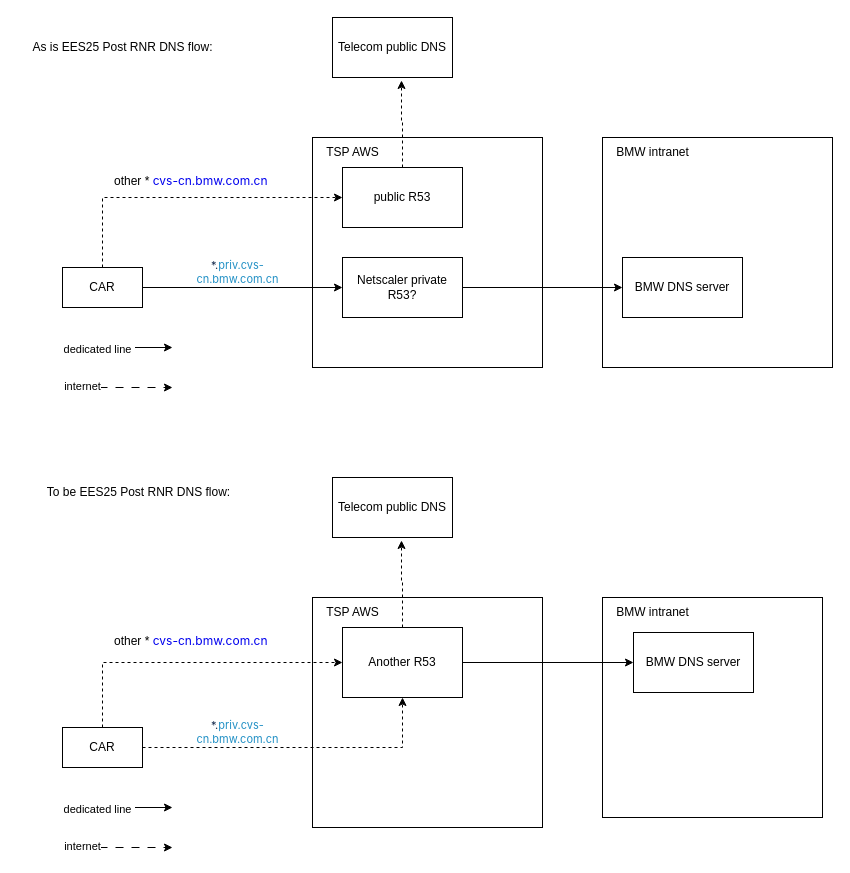
Before: 未命名绘图.drawio in sjlmsj/aaa, a draw.io diagram. Source tidied: cells renumbered, new cells numbered last; positions are measured from the earlier drawing's top-left corner, leaving out a move shared by most shapes. Both pictures are drawn from the tidied source at 100%, with x=0, y=0 at pixel (22, 17).
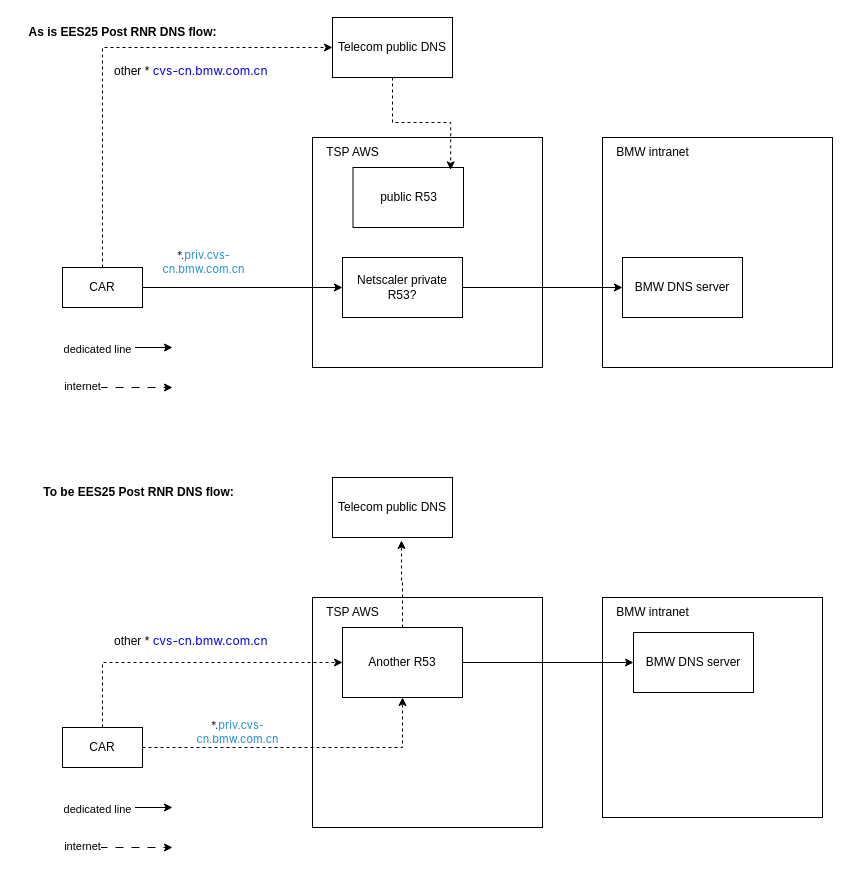
The same page after the edit.

Unchanged cells that the change refers to:
```xml
<mxCell id="6" value="CAR" style="rounded=0;whiteSpace=wrap;html=1;" parent="1" vertex="1">
  <mxGeometry x="40" y="250" width="80" height="40" as="geometry" />
</mxCell>
<mxCell id="8" value="Telecom public DNS" style="rounded=0;whiteSpace=wrap;html=1;" parent="1" vertex="1">
  <mxGeometry x="310" width="120" height="60" as="geometry" />
</mxCell>
```

Change to the diagram source:
```diff
@@
-    <mxCell id="5" style="edgeStyle=orthogonalEdgeStyle;rounded=0;jettySize=auto;html=1;exitX=0.5;exitY=0;exitDx=0;exitDy=0;entryX=0;entryY=0.5;entryDx=0;entryDy=0;dashed=1;" parent="1" edge="1" source="6" target="16">
+    <mxCell id="5" style="edgeStyle=orthogonalEdgeStyle;rounded=0;jettySize=auto;html=1;exitX=0.5;exitY=0;exitDx=0;exitDy=0;entryX=0;entryY=0.5;entryDx=0;entryDy=0;dashed=1;" parent="1" edge="1" source="6" target="8">
       <mxGeometry relative="1" as="geometry" />
     </mxCell>
@@
     <mxCell id="11" value="&lt;span style=&quot;color: rgb(23, 43, 77); font-family: -apple-system, &amp;quot;system-ui&amp;quot;, &amp;quot;Segoe UI&amp;quot;, Roboto, Oxygen, Ubuntu, &amp;quot;Fira Sans&amp;quot;, &amp;quot;Droid Sans&amp;quot;, &amp;quot;Helvetica Neue&amp;quot;, sans-serif; font-size: 11px; text-align: start; text-wrap: wrap; background-color: rgb(255, 255, 255);&quot;&gt;*.&lt;/span&gt;&lt;a href=&quot;http://priv.cvs-cn.bmw.com.cn/&quot; class=&quot;external-link&quot; rel=&quot;nofollow&quot; style=&quot;color: rgb(34, 144, 197); text-decoration: var(--aui-link-decoration); font-family: -apple-system, &amp;quot;system-ui&amp;quot;, &amp;quot;Segoe UI&amp;quot;, Roboto, Oxygen, Ubuntu, &amp;quot;Fira Sans&amp;quot;, &amp;quot;Droid Sans&amp;quot;, &amp;quot;Helvetica Neue&amp;quot;, sans-serif; font-size: 11px; text-align: start; text-wrap: wrap; background-color: rgb(255, 255, 255);&quot;&gt;priv.cvs-cn.bmw.com.cn&lt;/a&gt;" style="text;html=1;align=center;verticalAlign=middle;strokeColor=none;fillColor=none;fontSize=11;" parent="1" vertex="1">
-      <mxGeometry x="135" y="240" width="160" height="30" as="geometry" />
+      <mxGeometry x="101" y="230" width="160" height="30" as="geometry" />
     </mxCell>
@@
     <mxCell id="16" value="public R53" style="rounded=0;whiteSpace=wrap;html=1;" parent="1" vertex="1">
-      <mxGeometry x="320" y="150" width="120" height="60" as="geometry" />
+      <mxGeometry x="330.5" y="150" width="110.5" height="60" as="geometry" />
     </mxCell>
-    <mxCell id="17" style="edgeStyle=orthogonalEdgeStyle;rounded=0;jettySize=auto;html=1;exitX=0.5;exitY=0;exitDx=0;exitDy=0;entryX=0.575;entryY=1.05;entryDx=0;entryDy=0;entryPerimeter=0;dashed=1;" parent="1" edge="1" source="16" target="8">
-      <mxGeometry relative="1" as="geometry" />
-    </mxCell>
@@
     <mxCell id="20" value="&lt;span style=&quot;color: rgb(0, 0, 0); font-family: Helvetica; font-size: 12px; font-style: normal; font-variant-ligatures: normal; font-variant-caps: normal; font-weight: 400; letter-spacing: normal; orphans: 2; text-align: center; text-indent: 0px; text-transform: none; widows: 2; word-spacing: 0px; -webkit-text-stroke-width: 0px; white-space: nowrap; background-color: rgb(255, 255, 255); text-decoration-thickness: initial; text-decoration-style: initial; text-decoration-color: initial; display: inline !important; float: none;&quot;&gt;other *&amp;nbsp;&lt;/span&gt;&lt;a href=&quot;http://prod.cvs-cn.bmw.com.cn/&quot; class=&quot;external-link&quot; rel=&quot;nofollow&quot; style=&quot;forced-color-adjust: none; font-size: 12px; font-style: normal; font-variant-ligatures: normal; font-variant-caps: normal; font-weight: 400; letter-spacing: normal; orphans: 2; text-indent: 0px; text-transform: none; widows: 2; word-spacing: 0px; -webkit-text-stroke-width: 0px; white-space: normal; background-color: rgb(255, 255, 255); text-decoration: var(--aui-link-decoration); font-family: -apple-system, &amp;quot;system-ui&amp;quot;, &amp;quot;Segoe UI&amp;quot;, Roboto, Oxygen, Ubuntu, &amp;quot;Fira Sans&amp;quot;, &amp;quot;Droid Sans&amp;quot;, &amp;quot;Helvetica Neue&amp;quot;, sans-serif; text-align: left;&quot;&gt;cvs-cn.bmw.com.cn&lt;/a&gt;" style="text;whiteSpace=wrap;html=1;" parent="1" vertex="1">
-      <mxGeometry x="90" y="150" width="190" height="40" as="geometry" />
+      <mxGeometry x="90" y="40" width="190" height="40" as="geometry" />
     </mxCell>
-    <mxCell id="21" value="As is EES25 Post RNR DNS flow:" style="text;html=1;align=center;verticalAlign=middle;strokeColor=none;fillColor=none;" parent="1" vertex="1">
-      <mxGeometry y="15" width="200" height="30" as="geometry" />
+    <mxCell id="21" value="&lt;b&gt;As is EES25 Post RNR DNS flow:&lt;/b&gt;" style="text;html=1;align=center;verticalAlign=middle;strokeColor=none;fillColor=none;" parent="1" vertex="1">
+      <mxGeometry x="-5" width="210" height="30" as="geometry" />
     </mxCell>
-    <mxCell id="22" value="To be EES25 Post RNR DNS flow:" style="text;html=1;align=center;verticalAlign=middle;strokeColor=none;fillColor=none;" parent="1" vertex="1">
+    <mxCell id="22" value="&lt;b&gt;To be EES25 Post RNR DNS flow:&lt;/b&gt;" style="text;html=1;align=center;verticalAlign=middle;strokeColor=none;fillColor=none;" parent="1" vertex="1">
       <mxGeometry x="11" y="460" width="210" height="30" as="geometry" />
     </mxCell>
@@
+    <mxCell id="41" style="edgeStyle=orthogonalEdgeStyle;rounded=0;jettySize=auto;html=1;exitX=0.5;exitY=1;exitDx=0;exitDy=0;entryX=0.884;entryY=0.039;entryDx=0;entryDy=0;entryPerimeter=0;dashed=1;" parent="1" edge="1" source="8" target="16">
+      <mxGeometry relative="1" as="geometry" />
+    </mxCell>
```
